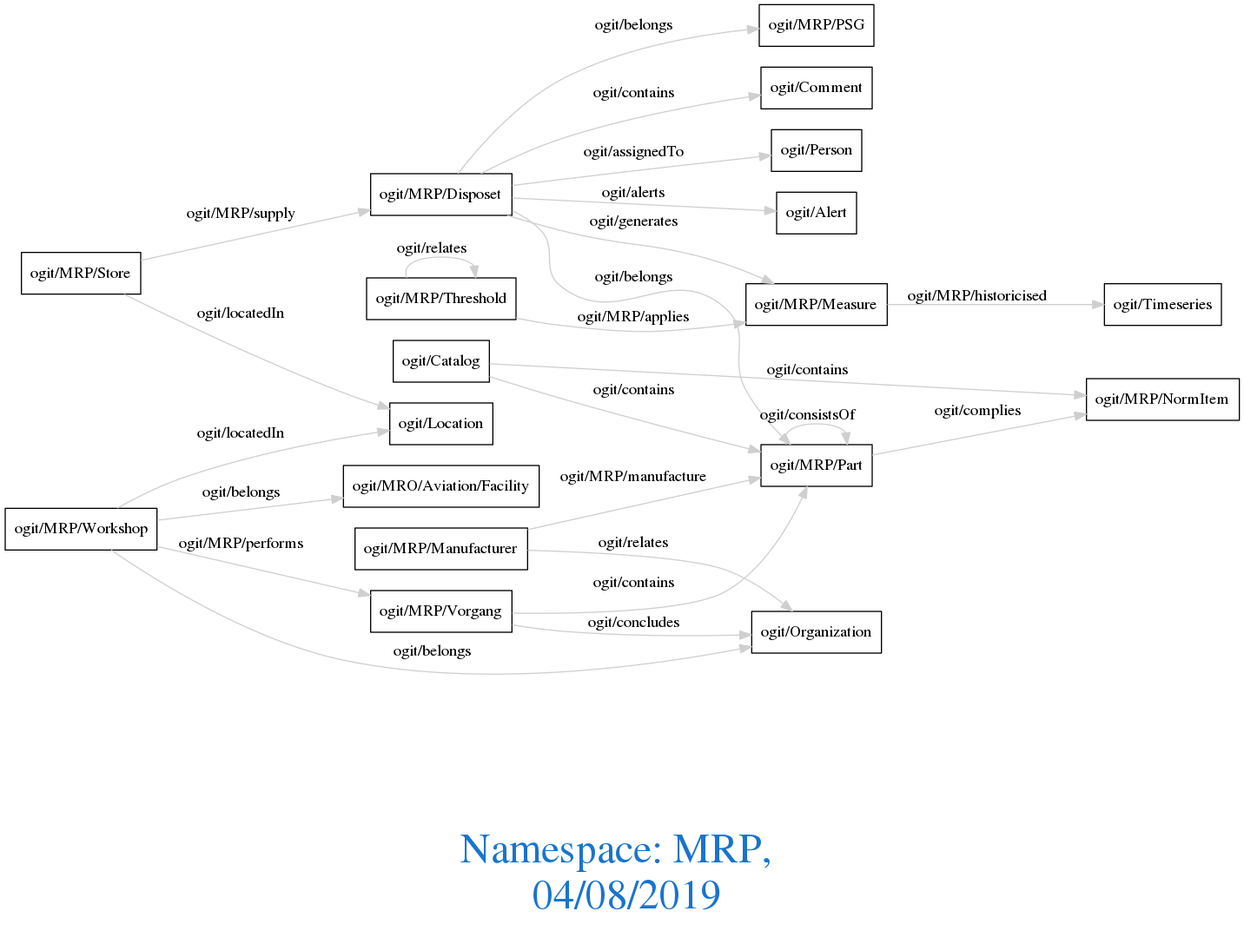
Before: downloads/MRP.png, a diagram exported from Graphviz (arago/OGIT). Its source is kept beside it as downloads/MRP.dot.
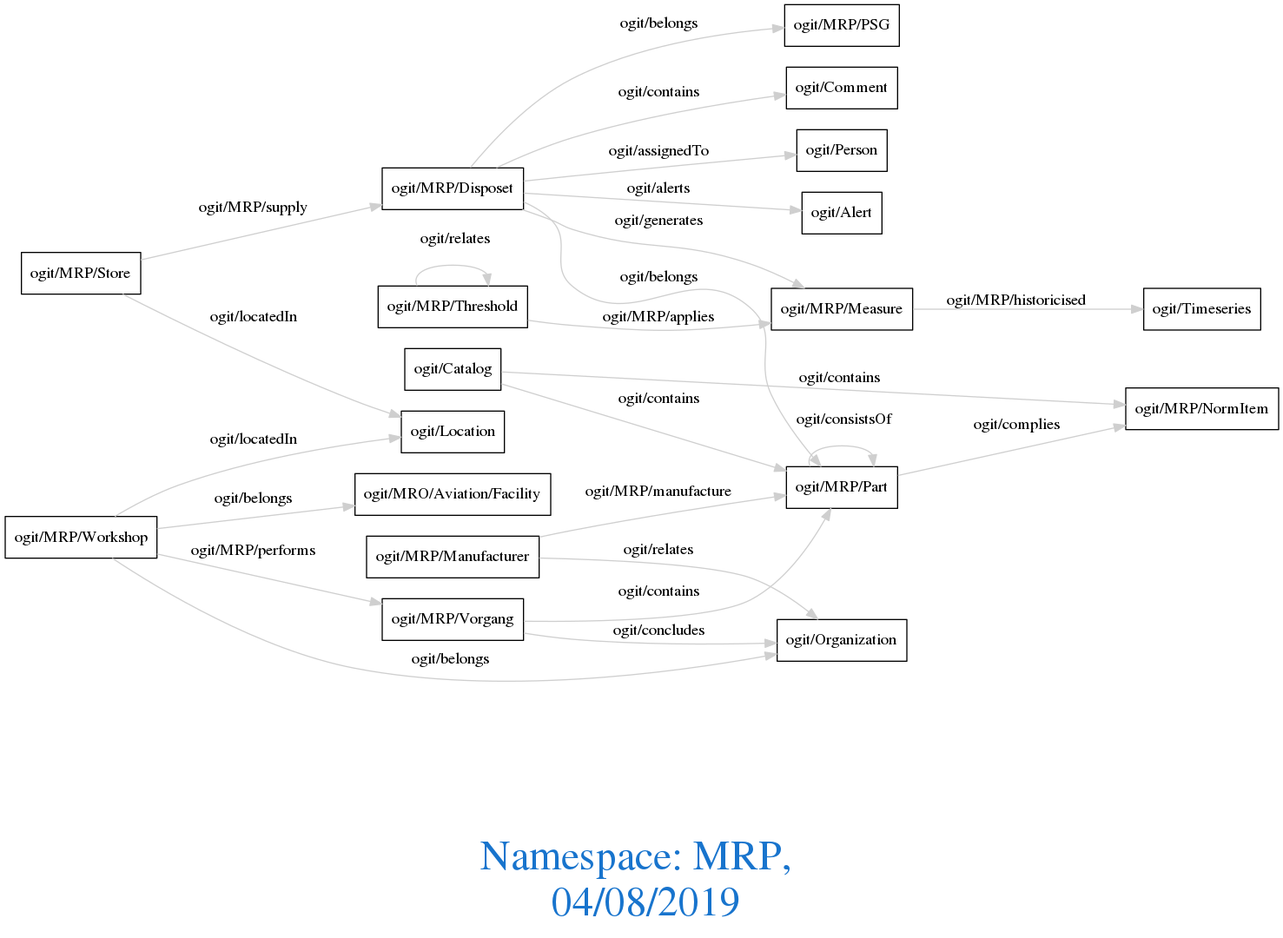
After the commit.

The edit, as a diff of the source:
```diff
@@ -1,30 +1,33 @@
 digraph OGIT_ontology {
- graph [ rankdir= LR,fontsize = 36,
+ graph [ rankdir= LR,compound=true
+fontsize = 36,
 fontcolor= dodgerblue3,label = "\n\n\nNamespace: MRP, \n 04/08/2019"];
 node[shape=polygon];
 edge [  color="gray81"];
 
-   "ogit/MRP/Disposet" -> "ogit/Comment" [label="ogit/contains    "];
-   "ogit/MRP/Vorgang" -> "ogit/MRP/Part" [label="ogit/contains    "];
-   "ogit/Catalog" -> "ogit/MRP/NormItem" [label="ogit/contains    "];
-   "ogit/Catalog" -> "ogit/MRP/Part" [label="ogit/contains    "];
-   "ogit/MRP/Vorgang" -> "ogit/Organization" [label="ogit/concludes    "];
-   "ogit/MRP/Disposet" -> "ogit/Person" [label="ogit/assignedTo    "];
-   "ogit/MRP/Disposet" -> "ogit/MRP/Measure" [label="ogit/generates    "];
-   "ogit/MRP/Threshold" -> "ogit/MRP/Measure" [label="ogit/MRP/applies    "];
-   "ogit/MRP/Part" -> "ogit/MRP/NormItem" [label="ogit/complies    "];
-   "ogit/MRP/Workshop" -> "ogit/MRP/Vorgang" [label="ogit/MRP/performs    "];
-   "ogit/MRP/Disposet" -> "ogit/Alert" [label="ogit/alerts    "];
-   "ogit/MRP/Store" -> "ogit/Location" [label="ogit/locatedIn    "];
-   "ogit/MRP/Workshop" -> "ogit/Location" [label="ogit/locatedIn    "];
-   "ogit/MRP/Measure" -> "ogit/Timeseries" [label="ogit/MRP/historicised    "];
-   "ogit/MRP/Manufacturer" -> "ogit/MRP/Part" [label="ogit/MRP/manufacture    "];
-   "ogit/MRP/Store" -> "ogit/MRP/Disposet" [label="ogit/MRP/supply    "];
-   "ogit/MRP/Disposet" -> "ogit/MRP/Part" [label="ogit/belongs    "];
-   "ogit/MRP/Disposet" -> "ogit/MRP/PSG" [label="ogit/belongs    "];
-   "ogit/MRP/Workshop" -> "ogit/MRO/Aviation/Facility" [label="ogit/belongs    "];
-   "ogit/MRP/Workshop" -> "ogit/Organization" [label="ogit/belongs    "];
-   "ogit/MRP/Part" -> "ogit/MRP/Part" [label="ogit/consistsOf    "];
-   "ogit/MRP/Manufacturer" -> "ogit/Organization" [label="ogit/relates    "];
-   "ogit/MRP/Threshold" -> "ogit/MRP/Threshold" [label="ogit/relates    "];
+   "ogit/MRP/Disposet" -> "ogit/Comment" [label="   ogit/contains    "];
+   "ogit/MRP/Vorgang" -> "ogit/MRP/Part" [label="   ogit/contains    "];
+   "ogit/Catalog" -> "ogit/MRP/NormItem" [label="   ogit/contains    "];
+   "ogit/Catalog" -> "ogit/MRP/Part" [label="   ogit/contains    "];
+   "ogit/MRP/Vorgang" -> "ogit/Organization" [label="   ogit/concludes    "];
+   "ogit/MRP/Disposet" -> "ogit/Person" [label="   ogit/assignedTo    "];
+   "ogit/MRP/Disposet" -> "ogit/MRP/Measure" [label="   ogit/generates    "];
+   "ogit/MRP/Threshold" -> "ogit/MRP/Measure" [label="   ogit/MRP/applies    "];
+   "ogit/MRP/Part" -> "ogit/MRP/NormItem" [label="   ogit/complies    "];
+   "ogit/MRP/Workshop" -> "ogit/MRP/Vorgang" [label="   ogit/MRP/performs    "];
+   "ogit/MRP/Disposet" -> "ogit/Alert" [label="   ogit/alerts    "];
+   "ogit/MRP/Store" -> "ogit/Location" [label="   ogit/locatedIn    "];
+   "ogit/MRP/Workshop" -> "ogit/Location" [label="   ogit/locatedIn    "];
+   "ogit/MRP/Measure" -> "ogit/Timeseries" [label="   ogit/MRP/historicised    "];
+   "ogit/MRP/Manufacturer" -> "ogit/MRP/Part" [label="   ogit/MRP/manufacture    "];
+   "ogit/MRP/Store" -> "ogit/MRP/Disposet" [label="   ogit/MRP/supply    "];
+   "ogit/MRP/Disposet" -> "ogit/MRP/Part" [label="   ogit/belongs    "];
+   "ogit/MRP/Disposet" -> "ogit/MRP/PSG" [label="   ogit/belongs    "];
+   "ogit/MRP/Workshop" -> "ogit/MRO/Aviation/Facility" [label="   ogit/belongs    "];
+   "ogit/MRP/Workshop" -> "ogit/Organization" [label="   ogit/belongs    "];
+   "ogit/MRP/Part" -> "ogit/MRP/Part" [label="   ogit/consistsOf
+  "];
+   "ogit/MRP/Manufacturer" -> "ogit/Organization" [label="   ogit/relates    "];
+   "ogit/MRP/Threshold" -> "ogit/MRP/Threshold" [label="   ogit/relates
+  "];
 }
```
